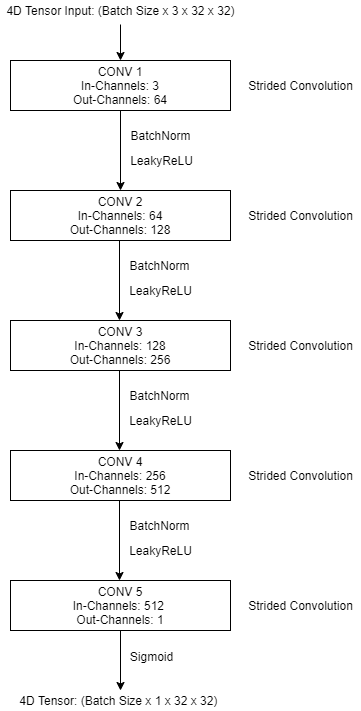
Earlier version of the draw.io export notes/Discriminator.png (peterhessey/DeepLearning). Source tidied: cells renumbered, new cells last; positions are measured from the earlier drawing's top-left corner, leaving out a move shared by most shapes. Source of this version:
```xml
<mxGraphModel>
  <root>
    <mxCell id="0" />
    <mxCell id="1" parent="0" />
    <mxCell id="2" value="CONV 1&lt;br&gt;In-Channels: 3&lt;br&gt;Out-Channels: 64" style="rounded=0;whiteSpace=wrap;html=1;" parent="1" vertex="1">
      <mxGeometry x="10" y="60" width="220" height="50" as="geometry" />
    </mxCell>
    <mxCell id="3" style="endArrow=classic;html=1;exitX=0.5;exitY=1;exitDx=0;exitDy=0;" parent="1" edge="1" source="2">
      <mxGeometry relative="1" as="geometry">
        <mxPoint x="120" y="190" as="targetPoint" />
      </mxGeometry>
    </mxCell>
    <mxCell id="4" style="endArrow=classic;html=1;entryX=0.5;entryY=0;entryDx=0;entryDy=0;exitX=0.5;exitY=1.2;exitDx=0;exitDy=0;exitPerimeter=0;" parent="1" edge="1" source="5" target="2">
      <mxGeometry relative="1" as="geometry" />
    </mxCell>
    <mxCell id="5" value="4D Tensor Input: (Batch Size x 3 x 32 x 32)" style="text;html=1;align=center;verticalAlign=middle;points=[];" parent="1" vertex="1">
      <mxGeometry width="240" height="20" as="geometry" />
    </mxCell>
    <mxCell id="6" value="BatchNorm" style="text;html=1;align=center;verticalAlign=middle;" parent="1" vertex="1">
      <mxGeometry x="120" y="125" width="80" height="20" as="geometry" />
    </mxCell>
    <mxCell id="7" value="LeakyReLU" style="text;html=1;align=center;verticalAlign=middle;" parent="1" vertex="1">
      <mxGeometry x="121" y="150" width="80" height="20" as="geometry" />
    </mxCell>
    <mxCell id="8" value="CONV 2&lt;br&gt;In-Channels: 64&lt;br&gt;Out-Channels: 128" style="rounded=0;whiteSpace=wrap;html=1;" parent="1" vertex="1">
      <mxGeometry x="10" y="190" width="220" height="50" as="geometry" />
    </mxCell>
    <mxCell id="9" style="endArrow=classic;html=1;" parent="1" edge="1">
      <mxGeometry relative="1" as="geometry">
        <mxPoint x="119" y="240" as="sourcePoint" />
        <mxPoint x="119" y="320" as="targetPoint" />
      </mxGeometry>
    </mxCell>
    <mxCell id="10" value="BatchNorm" style="text;html=1;align=center;verticalAlign=middle;" parent="1" vertex="1">
      <mxGeometry x="119" y="255" width="80" height="20" as="geometry" />
    </mxCell>
    <mxCell id="11" value="LeakyReLU" style="text;html=1;align=center;verticalAlign=middle;" parent="1" vertex="1">
      <mxGeometry x="120" y="280" width="80" height="20" as="geometry" />
    </mxCell>
    <mxCell id="12" value="CONV 3&lt;br&gt;In-Channels: 128&lt;br&gt;Out-Channels: 256" style="rounded=0;whiteSpace=wrap;html=1;" parent="1" vertex="1">
      <mxGeometry x="10" y="320" width="220" height="50" as="geometry" />
    </mxCell>
    <mxCell id="13" style="endArrow=classic;html=1;" parent="1" edge="1">
      <mxGeometry relative="1" as="geometry">
        <mxPoint x="119" y="370" as="sourcePoint" />
        <mxPoint x="119" y="450" as="targetPoint" />
      </mxGeometry>
    </mxCell>
    <mxCell id="14" value="BatchNorm" style="text;html=1;align=center;verticalAlign=middle;" parent="1" vertex="1">
      <mxGeometry x="119" y="385" width="80" height="20" as="geometry" />
    </mxCell>
    <mxCell id="15" value="LeakyReLU" style="text;html=1;align=center;verticalAlign=middle;" parent="1" vertex="1">
      <mxGeometry x="120" y="410" width="80" height="20" as="geometry" />
    </mxCell>
    <mxCell id="16" value="CONV 4&lt;br&gt;In-Channels: 256&lt;br&gt;Out-Channels: 512" style="rounded=0;whiteSpace=wrap;html=1;" parent="1" vertex="1">
      <mxGeometry x="10" y="450" width="220" height="50" as="geometry" />
    </mxCell>
    <mxCell id="17" style="endArrow=classic;html=1;" parent="1" edge="1">
      <mxGeometry relative="1" as="geometry">
        <mxPoint x="119" y="500" as="sourcePoint" />
        <mxPoint x="119" y="580" as="targetPoint" />
      </mxGeometry>
    </mxCell>
    <mxCell id="18" value="BatchNorm" style="text;html=1;align=center;verticalAlign=middle;" parent="1" vertex="1">
      <mxGeometry x="119" y="515" width="80" height="20" as="geometry" />
    </mxCell>
    <mxCell id="19" value="LeakyReLU" style="text;html=1;align=center;verticalAlign=middle;" parent="1" vertex="1">
      <mxGeometry x="120" y="540" width="80" height="20" as="geometry" />
    </mxCell>
    <mxCell id="20" value="CONV 5&lt;br&gt;In-Channels: 512&amp;nbsp;&lt;br&gt;Out-Channels: 1" style="rounded=0;whiteSpace=wrap;html=1;" parent="1" vertex="1">
      <mxGeometry x="10" y="580" width="220" height="50" as="geometry" />
    </mxCell>
    <mxCell id="21" style="endArrow=classic;html=1;exitX=0.5;exitY=1;exitDx=0;exitDy=0;" parent="1" edge="1" source="20">
      <mxGeometry relative="1" as="geometry">
        <mxPoint x="120" y="690" as="targetPoint" />
      </mxGeometry>
    </mxCell>
    <mxCell id="22" value="4D Tensor: (Batch Size x 1 x 32 x 32)&amp;nbsp;" style="text;html=1;strokeColor=none;fillColor=none;align=center;verticalAlign=middle;whiteSpace=wrap;rounded=0;" parent="1" vertex="1">
      <mxGeometry x="10" y="690" width="220" height="20" as="geometry" />
    </mxCell>
    <mxCell id="23" value="Strided Convolution" style="text;html=1;align=center;verticalAlign=middle;" parent="1" vertex="1">
      <mxGeometry x="240" y="75" width="120" height="20" as="geometry" />
    </mxCell>
    <mxCell id="24" value="Strided Convolution" style="text;html=1;align=center;verticalAlign=middle;" parent="1" vertex="1">
      <mxGeometry x="240" y="205" width="120" height="20" as="geometry" />
    </mxCell>
    <mxCell id="25" value="Strided Convolution" style="text;html=1;align=center;verticalAlign=middle;" parent="1" vertex="1">
      <mxGeometry x="240" y="335" width="120" height="20" as="geometry" />
    </mxCell>
    <mxCell id="26" value="Strided Convolution" style="text;html=1;align=center;verticalAlign=middle;" parent="1" vertex="1">
      <mxGeometry x="240" y="465" width="120" height="20" as="geometry" />
    </mxCell>
    <mxCell id="27" value="Strided Convolution" style="text;html=1;align=center;verticalAlign=middle;" parent="1" vertex="1">
      <mxGeometry x="240" y="595" width="120" height="20" as="geometry" />
    </mxCell>
    <mxCell id="28" value="Sigmoid" style="text;html=1;align=center;verticalAlign=middle;" parent="1" vertex="1">
      <mxGeometry x="121" y="646" width="60" height="20" as="geometry" />
    </mxCell>
  </root>
</mxGraphModel>
```
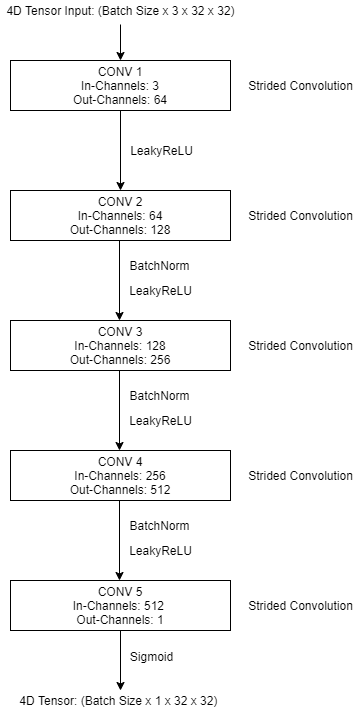
Later version of the same file.

The edit, as a diff of the source:
```diff
@@ -16,11 +16,8 @@
     <mxCell id="5" value="4D Tensor Input: (Batch Size x 3 x 32 x 32)" style="text;html=1;align=center;verticalAlign=middle;points=[];" parent="1" vertex="1">
       <mxGeometry width="240" height="20" as="geometry" />
     </mxCell>
-    <mxCell id="6" value="BatchNorm" style="text;html=1;align=center;verticalAlign=middle;" parent="1" vertex="1">
-      <mxGeometry x="120" y="125" width="80" height="20" as="geometry" />
-    </mxCell>
     <mxCell id="7" value="LeakyReLU" style="text;html=1;align=center;verticalAlign=middle;" parent="1" vertex="1">
-      <mxGeometry x="121" y="150" width="80" height="20" as="geometry" />
+      <mxGeometry x="121" y="140" width="80" height="20" as="geometry" />
     </mxCell>
     <mxCell id="8" value="CONV 2&lt;br&gt;In-Channels: 64&lt;br&gt;Out-Channels: 128" style="rounded=0;whiteSpace=wrap;html=1;" parent="1" vertex="1">
       <mxGeometry x="10" y="190" width="220" height="50" as="geometry" />
```
